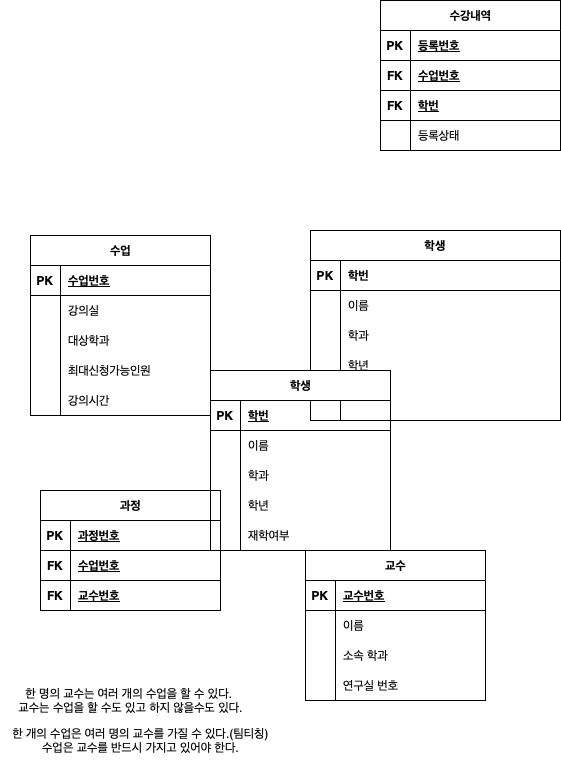
Earlier version of the draw.io export Data Modeling/수강신청.drawio.png (ikkjun/SQL). Source tidied: cells renumbered, new cells last; positions are measured from the earlier drawing's top-left corner, leaving out a move shared by most shapes.
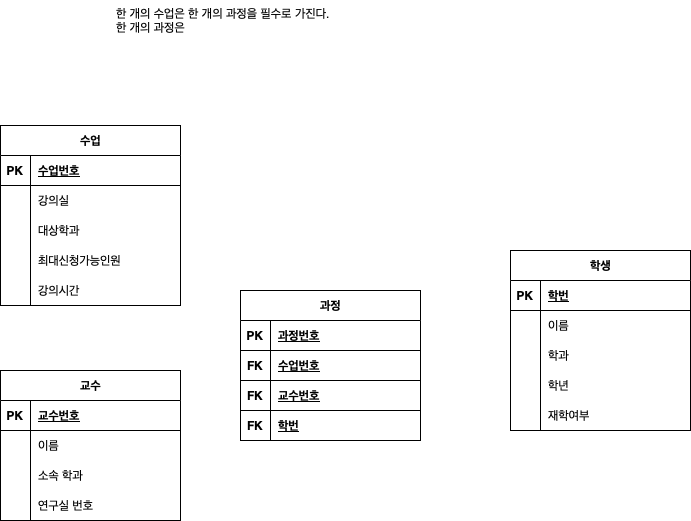
The same diagram one commit later.

Commit message:
수강신청.drawio.png 업데이트

Diff of the diagram source:
```diff
@@ -2,62 +2,6 @@
   <root>
     <mxCell id="0" />
     <mxCell id="1" parent="0" />
-    <mxCell id="2" style="group;" parent="1" vertex="1">
-      <mxGeometry x="310" y="230" width="250" height="190" as="geometry" />
-    </mxCell>
-    <mxCell id="3" value="학생" style="shape=table;startSize=30;rowLines=0;fontStyle=1;align=center;" parent="2" vertex="1">
-      <mxGeometry width="250" height="190" as="geometry" />
-    </mxCell>
-    <mxCell id="4" style="shape=partialRectangle;fillColor=none;points=[[0,0.5],[1,0.5]];portConstraint=eastwest;top=0;left=0;right=0;bottom=1;" parent="3" vertex="1">
-      <mxGeometry y="30" width="250" height="30" as="geometry" />
-    </mxCell>
-    <mxCell id="5" value="PK" style="shape=partialRectangle;overflow=hidden;fillColor=none;top=0;left=0;bottom=0;right=0;fontStyle=1;" parent="4" vertex="1">
-      <mxGeometry width="30" height="30" as="geometry" />
-    </mxCell>
-    <mxCell id="6" value="학번" style="shape=partialRectangle;overflow=hidden;fillColor=none;top=0;left=0;bottom=0;right=0;align=left;spacingLeft=6;fontStyle=1;" parent="4" vertex="1">
-      <mxGeometry x="30" width="220" height="30" as="geometry" />
-    </mxCell>
-    <mxCell id="7" style="shape=partialRectangle;fillColor=none;top=0;left=0;right=0;bottom=0;" parent="3" vertex="1">
-      <mxGeometry y="60" width="250" height="30" as="geometry" />
-    </mxCell>
-    <mxCell id="8" style="shape=partialRectangle;overflow=hidden;fillColor=none;top=0;left=0;bottom=0;right=0;" parent="7" vertex="1">
-      <mxGeometry width="30" height="30" as="geometry" />
-    </mxCell>
-    <mxCell id="9" value="이름" style="shape=partialRectangle;overflow=hidden;fillColor=none;top=0;left=0;bottom=0;right=0;align=left;spacingLeft=6;" parent="7" vertex="1">
-      <mxGeometry x="30" width="220" height="30" as="geometry" />
-    </mxCell>
-    <mxCell id="10" style="shape=partialRectangle;fillColor=none;top=0;left=0;right=0;bottom=0;" parent="2" vertex="1">
-      <mxGeometry y="90" width="250" height="30" as="geometry" />
-    </mxCell>
-    <mxCell id="11" style="shape=partialRectangle;overflow=hidden;fillColor=none;top=0;left=0;bottom=0;right=0;" parent="10" vertex="1">
-      <mxGeometry width="30" height="30" as="geometry" />
-    </mxCell>
-    <mxCell id="12" value="학과" style="shape=partialRectangle;overflow=hidden;fillColor=none;top=0;left=0;bottom=0;right=0;align=left;spacingLeft=6;" parent="10" vertex="1">
-      <mxGeometry x="30" width="220" height="30" as="geometry" />
-    </mxCell>
-    <mxCell id="13" style="shape=partialRectangle;fillColor=none;top=0;left=0;right=0;bottom=0;" parent="2" vertex="1">
-      <mxGeometry y="120" width="250" height="30" as="geometry" />
-    </mxCell>
-    <mxCell id="14" style="shape=partialRectangle;overflow=hidden;fillColor=none;top=0;left=0;bottom=0;right=0;" parent="13" vertex="1">
-      <mxGeometry width="30" height="30" as="geometry" />
-    </mxCell>
-    <mxCell id="15" value="학년" style="shape=partialRectangle;overflow=hidden;fillColor=none;top=0;left=0;bottom=0;right=0;align=left;spacingLeft=6;" parent="13" vertex="1">
-      <mxGeometry x="30" width="220" height="30" as="geometry" />
-    </mxCell>
-    <mxCell id="16" style="shape=partialRectangle;fillColor=none;top=0;left=0;right=0;bottom=0;" parent="2" vertex="1">
-      <mxGeometry y="150" width="250" height="30" as="geometry" />
-    </mxCell>
-    <mxCell id="17" style="shape=partialRectangle;overflow=hidden;fillColor=none;top=0;left=0;bottom=0;right=0;" parent="16" vertex="1">
-      <mxGeometry width="30" height="30" as="geometry" />
-    </mxCell>
-    <mxCell id="18" value="재학여부" style="shape=partialRectangle;overflow=hidden;fillColor=none;top=0;left=0;bottom=0;right=0;align=left;spacingLeft=6;" parent="16" vertex="1">
-      <mxGeometry x="30" width="220" height="30" as="geometry" />
-    </mxCell>
-    <mxCell id="19" style="endArrow=none;html=1;rounded=0;entryX=0.12;entryY=0;entryDx=0;entryDy=0;entryPerimeter=0;" parent="1" edge="1" target="4">
-      <mxGeometry relative="1" as="geometry">
-        <mxPoint x="340" y="420" as="sourcePoint" />
-      </mxGeometry>
-    </mxCell>
     <mxCell id="20" value="수업" style="shape=table;startSize=30;rowLines=0;fontStyle=1;align=center;html=1;" parent="1" vertex="1">
       <mxGeometry x="30" y="235" width="180" height="180" as="geometry" />
     </mxCell>
@@ -107,7 +51,7 @@
       <mxGeometry x="30" width="150" height="30" as="geometry" />
     </mxCell>
     <mxCell id="36" value="교수" style="shape=table;startSize=30;rowLines=0;fontStyle=1;align=center;html=1;" parent="1" vertex="1">
-      <mxGeometry x="305" y="550" width="180" height="150" as="geometry" />
+      <mxGeometry x="30" y="480" width="180" height="150" as="geometry" />
     </mxCell>
     <mxCell id="37" style="shape=tableRow;horizontal=0;startSize=0;swimlaneHead=0;swimlaneBody=0;fillColor=none;top=0;left=0;right=0;bottom=1;" parent="36" vertex="1">
       <mxGeometry y="30" width="180" height="30" as="geometry" />
@@ -145,53 +89,8 @@
     <mxCell id="48" value="연구실 번호" style="shape=partialRectangle;fillColor=none;top=0;left=0;bottom=0;right=0;align=left;spacingLeft=6;overflow=hidden;whiteSpace=wrap;html=1;" parent="46" vertex="1">
       <mxGeometry x="30" width="150" height="30" as="geometry" />
     </mxCell>
-    <mxCell id="49" value="한 명의 교수는 여러 개의 수업을 할 수 있다.&amp;nbsp;&lt;br&gt;교수는 수업을 할 수도 있고 하지 않을수도 있다." style="text;html=1;align=center;verticalAlign=middle;strokeColor=none;fillColor=none;" parent="1" vertex="1">
-      <mxGeometry x="5" y="680" width="250" height="40" as="geometry" />
-    </mxCell>
-    <mxCell id="50" value="한 개의 수업은 여러 명의 교수를 가질 수 있다.(팀티칭)&lt;br&gt;수업은 교수를 반드시 가지고 있어야 한다." style="text;html=1;align=center;verticalAlign=middle;strokeColor=none;fillColor=none;" parent="1" vertex="1">
-      <mxGeometry y="720" width="280" height="40" as="geometry" />
-    </mxCell>
-    <mxCell id="51" value="수강내역" style="shape=table;startSize=30;rowLines=0;fontStyle=1;align=center;html=1;" parent="1" vertex="1">
-      <mxGeometry x="380" width="180" height="150" as="geometry" />
-    </mxCell>
-    <mxCell id="52" style="shape=tableRow;horizontal=0;startSize=0;swimlaneHead=0;swimlaneBody=0;fillColor=none;top=0;left=0;right=0;bottom=1;" parent="51" vertex="1">
-      <mxGeometry y="30" width="180" height="30" as="geometry" />
-    </mxCell>
-    <mxCell id="53" value="PK" style="shape=partialRectangle;fillColor=none;top=0;left=0;bottom=0;right=0;fontStyle=1;overflow=hidden;whiteSpace=wrap;html=1;" parent="52" vertex="1">
-      <mxGeometry width="30" height="30" as="geometry" />
-    </mxCell>
-    <mxCell id="54" value="등록번호" style="shape=partialRectangle;fillColor=none;top=0;left=0;bottom=0;right=0;align=left;spacingLeft=6;fontStyle=5;overflow=hidden;whiteSpace=wrap;html=1;" parent="52" vertex="1">
-      <mxGeometry x="30" width="150" height="30" as="geometry" />
-    </mxCell>
-    <mxCell id="55" style="shape=tableRow;horizontal=0;startSize=0;swimlaneHead=0;swimlaneBody=0;fillColor=none;top=0;left=0;right=0;bottom=1;" parent="51" vertex="1">
-      <mxGeometry y="60" width="180" height="30" as="geometry" />
-    </mxCell>
-    <mxCell id="56" value="FK" style="shape=partialRectangle;fillColor=none;top=0;left=0;bottom=0;right=0;fontStyle=1;overflow=hidden;whiteSpace=wrap;html=1;" parent="55" vertex="1">
-      <mxGeometry width="30" height="30" as="geometry" />
-    </mxCell>
-    <mxCell id="57" value="수업번호" style="shape=partialRectangle;fillColor=none;top=0;left=0;bottom=0;right=0;align=left;spacingLeft=6;fontStyle=5;overflow=hidden;whiteSpace=wrap;html=1;" parent="55" vertex="1">
-      <mxGeometry x="30" width="150" height="30" as="geometry" />
-    </mxCell>
-    <mxCell id="58" style="shape=tableRow;horizontal=0;startSize=0;swimlaneHead=0;swimlaneBody=0;fillColor=none;top=0;left=0;right=0;bottom=1;" parent="51" vertex="1">
-      <mxGeometry y="90" width="180" height="30" as="geometry" />
-    </mxCell>
-    <mxCell id="59" value="FK" style="shape=partialRectangle;fillColor=none;top=0;left=0;bottom=0;right=0;fontStyle=1;overflow=hidden;whiteSpace=wrap;html=1;" parent="58" vertex="1">
-      <mxGeometry width="30" height="30" as="geometry" />
-    </mxCell>
-    <mxCell id="60" value="학번" style="shape=partialRectangle;fillColor=none;top=0;left=0;bottom=0;right=0;align=left;spacingLeft=6;fontStyle=5;overflow=hidden;whiteSpace=wrap;html=1;" parent="58" vertex="1">
-      <mxGeometry x="30" width="150" height="30" as="geometry" />
-    </mxCell>
-    <mxCell id="61" style="shape=tableRow;horizontal=0;startSize=0;swimlaneHead=0;swimlaneBody=0;fillColor=none;top=0;left=0;right=0;bottom=0;" parent="51" vertex="1">
-      <mxGeometry y="120" width="180" height="30" as="geometry" />
-    </mxCell>
-    <mxCell id="62" style="shape=partialRectangle;fillColor=none;top=0;left=0;bottom=0;right=0;overflow=hidden;whiteSpace=wrap;html=1;" parent="61" vertex="1">
-      <mxGeometry width="30" height="30" as="geometry" />
-    </mxCell>
-    <mxCell id="63" value="등록상태" style="shape=partialRectangle;fillColor=none;top=0;left=0;bottom=0;right=0;align=left;spacingLeft=6;overflow=hidden;whiteSpace=wrap;html=1;" parent="61" vertex="1">
-      <mxGeometry x="30" width="150" height="30" as="geometry" />
-    </mxCell>
     <mxCell id="64" value="과정" style="shape=table;startSize=30;rowLines=0;fontStyle=1;align=center;html=1;" parent="1" vertex="1">
-      <mxGeometry x="40" y="490" width="180" height="120" as="geometry" />
+      <mxGeometry x="270" y="400" width="180" height="150" as="geometry" />
     </mxCell>
     <mxCell id="65" style="shape=tableRow;horizontal=0;startSize=0;swimlaneHead=0;swimlaneBody=0;fillColor=none;top=0;left=0;right=0;bottom=1;" parent="64" vertex="1">
       <mxGeometry y="30" width="180" height="30" as="geometry" />
@@ -220,8 +119,17 @@
     <mxCell id="73" value="교수번호" style="shape=partialRectangle;fillColor=none;top=0;left=0;bottom=0;right=0;align=left;spacingLeft=6;fontStyle=5;overflow=hidden;whiteSpace=wrap;html=1;" parent="71" vertex="1">
       <mxGeometry x="30" width="150" height="30" as="geometry" />
     </mxCell>
+    <mxCell id="90" style="shape=tableRow;horizontal=0;startSize=0;swimlaneHead=0;swimlaneBody=0;fillColor=none;top=0;left=0;right=0;bottom=1;" parent="64" vertex="1">
+      <mxGeometry y="120" width="180" height="30" as="geometry" />
+    </mxCell>
+    <mxCell id="91" value="FK" style="shape=partialRectangle;fillColor=none;top=0;left=0;bottom=0;right=0;fontStyle=1;overflow=hidden;whiteSpace=wrap;html=1;" parent="90" vertex="1">
+      <mxGeometry width="30" height="30" as="geometry" />
+    </mxCell>
+    <mxCell id="60" value="학번" style="shape=partialRectangle;fillColor=none;top=0;left=0;bottom=0;right=0;align=left;spacingLeft=6;fontStyle=5;overflow=hidden;whiteSpace=wrap;html=1;" parent="90" vertex="1">
+      <mxGeometry x="30" width="150" height="30" as="geometry" />
+    </mxCell>
     <mxCell id="74" value="학생" style="shape=table;startSize=30;rowLines=0;fontStyle=1;align=center;html=1;" parent="1" vertex="1">
-      <mxGeometry x="210" y="370" width="180" height="180" as="geometry" />
+      <mxGeometry x="540" y="360" width="180" height="180" as="geometry" />
     </mxCell>
     <mxCell id="75" style="shape=tableRow;horizontal=0;startSize=0;swimlaneHead=0;swimlaneBody=0;fillColor=none;top=0;left=0;right=0;bottom=1;" parent="74" vertex="1">
       <mxGeometry y="30" width="180" height="30" as="geometry" />
@@ -268,5 +176,8 @@
     <mxCell id="89" value="재학여부" style="shape=partialRectangle;fillColor=none;top=0;left=0;bottom=0;right=0;align=left;spacingLeft=6;overflow=hidden;whiteSpace=wrap;html=1;" parent="87" vertex="1">
       <mxGeometry x="30" width="150" height="30" as="geometry" />
     </mxCell>
+    <mxCell id="92" value="한 개의 수업은 한 개의 과정을 필수로 가진다.&lt;br&gt;한 개의 과정은&amp;nbsp;" style="text;strokeColor=none;fillColor=none;spacingLeft=4;spacingRight=4;overflow=hidden;fontSize=12;whiteSpace=wrap;html=1;" parent="1" vertex="1">
+      <mxGeometry x="140" y="110" width="230" height="30" as="geometry" />
+    </mxCell>
   </root>
 </mxGraphModel>
```
